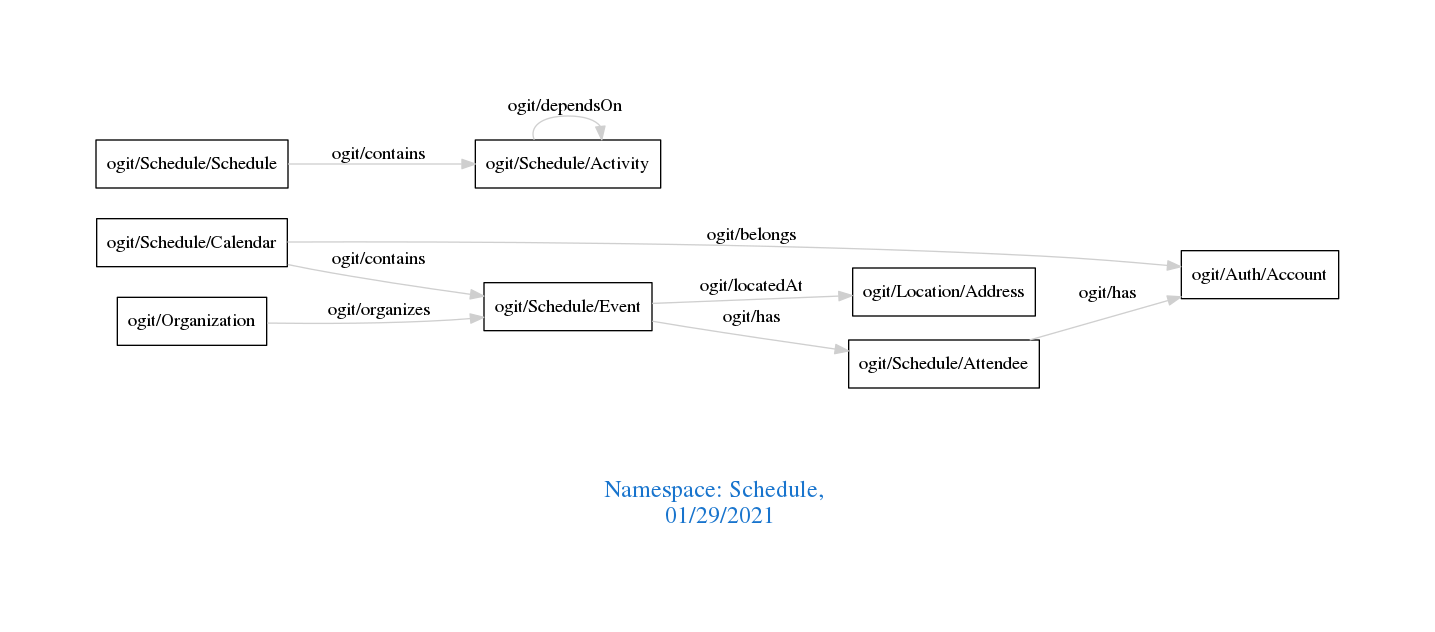
Before: downloads/Schedule.png, a diagram exported from Graphviz (arago/OGIT). Its source is kept beside it as downloads/Schedule.dot. Source of this version:
```dot
digraph OGIT_ontology {
 graph [ rankdir= LR,pad=1
fontsize = 18,
fontcolor= dodgerblue3,label = "\n\n\nNamespace: Schedule, \n 01/29/2021"];
node[shape=polygon];
edge [  color="gray81"];

   "ogit/Schedule/Calendar" -> "ogit/Schedule/Event" [label="   ogit/contains    "];
   "ogit/Schedule/Schedule" -> "ogit/Schedule/Activity" [label="   ogit/contains    "];
   "ogit/Schedule/Event" -> "ogit/Location/Address" [label="   ogit/locatedAt    "];
   "ogit/Organization" -> "ogit/Schedule/Event" [label="   ogit/organizes    "];
   "ogit/Schedule/Calendar" -> "ogit/Auth/Account" [label="   ogit/belongs    "];
   "ogit/Schedule/Attendee" -> "ogit/Auth/Account" [label="   ogit/has    "];
   "ogit/Schedule/Event" -> "ogit/Schedule/Attendee" [label="   ogit/has    "];
   "ogit/Schedule/Activity" -> "ogit/Schedule/Activity" [label="   ogit/dependsOn    "];
}
```
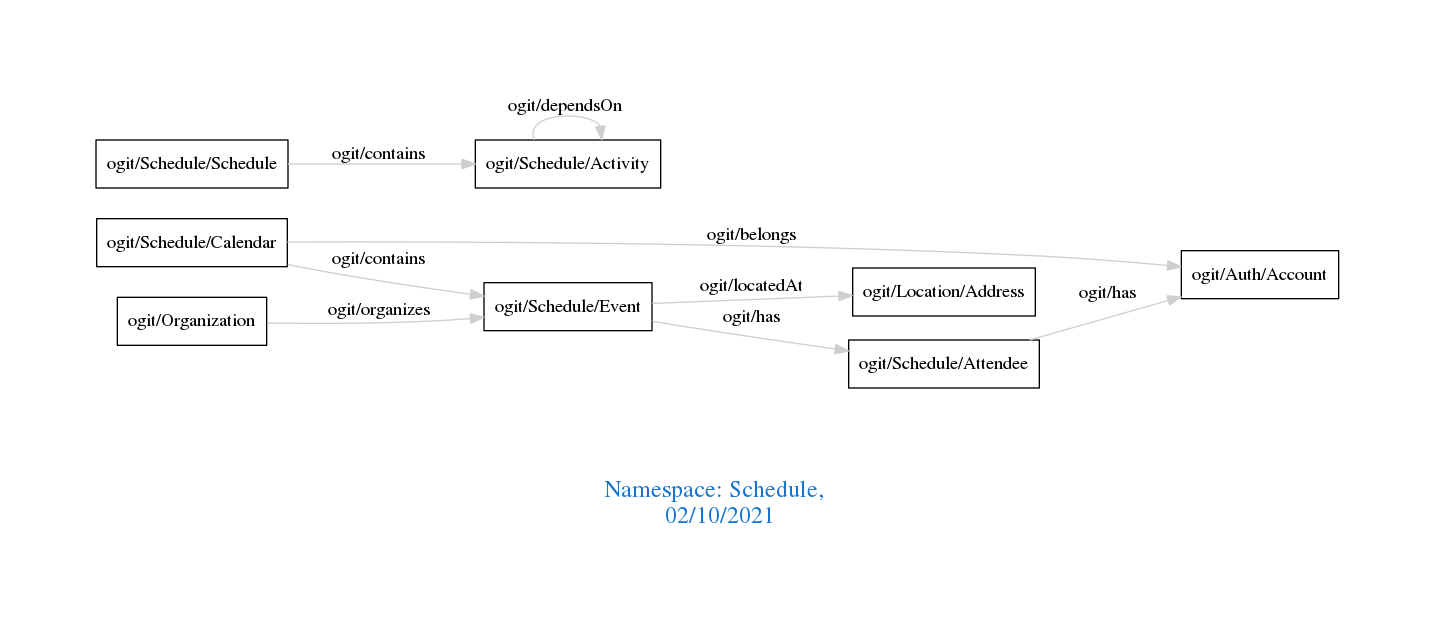
The same file after the commit.

What changed in the source:
```diff
@@ -1,7 +1,7 @@
 digraph OGIT_ontology {
  graph [ rankdir= LR,pad=1
 fontsize = 18,
-fontcolor= dodgerblue3,label = "\n\n\nNamespace: Schedule, \n 01/29/2021"];
+fontcolor= dodgerblue3,label = "\n\n\nNamespace: Schedule, \n 02/10/2021"];
 node[shape=polygon];
 edge [  color="gray81"];
 
```
